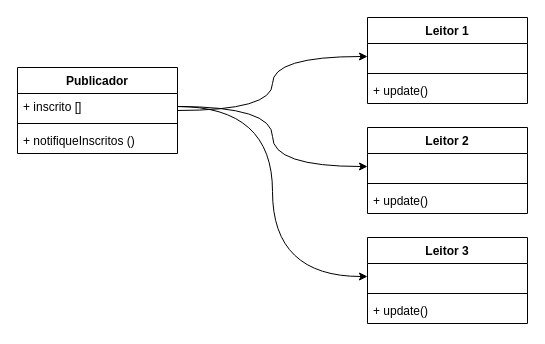
Before: padroes/observer/pattern/observerPattern.drawio in LucasACES/bertoti, a draw.io diagram. Source tidied: cells renumbered, new cells numbered last; positions are measured from the earlier drawing's top-left corner, leaving out a move shared by most shapes. Both pictures are drawn from the tidied source at 100%, with x=0, y=0 at pixel (17, 17).
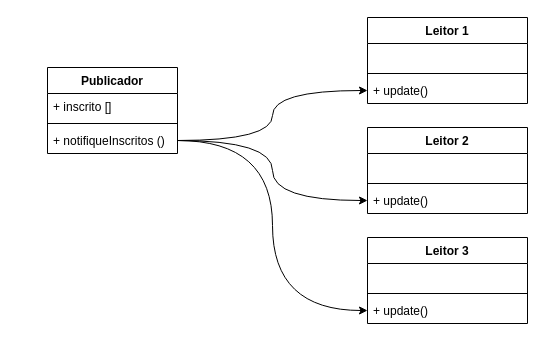
The same diagram, later.

Unchanged cells that the change refers to:
```xml
<mxCell id="8" value="&amp;nbsp;&amp;nbsp;" style="text;strokeColor=none;fillColor=none;align=left;verticalAlign=top;spacingLeft=4;spacingRight=4;overflow=hidden;points=[[0,0.5],[1,0.5]];portConstraint=eastwest;whiteSpace=wrap;html=1;" parent="7" vertex="1">
  <mxGeometry y="26" width="160" height="26" as="geometry" />
</mxCell>
<mxCell id="10" value="+ update()" style="text;strokeColor=none;fillColor=none;align=left;verticalAlign=top;spacingLeft=4;spacingRight=4;overflow=hidden;points=[[0,0.5],[1,0.5]];portConstraint=eastwest;whiteSpace=wrap;html=1;" parent="7" vertex="1">
  <mxGeometry y="60" width="160" height="26" as="geometry" />
</mxCell>
<mxCell id="12" value="&amp;nbsp;" style="text;strokeColor=none;fillColor=none;align=left;verticalAlign=top;spacingLeft=4;spacingRight=4;overflow=hidden;points=[[0,0.5],[1,0.5]];portConstraint=eastwest;whiteSpace=wrap;html=1;" parent="11" vertex="1">
  <mxGeometry y="26" width="160" height="26" as="geometry" />
</mxCell>
<mxCell id="14" value="+ update()" style="text;strokeColor=none;fillColor=none;align=left;verticalAlign=top;spacingLeft=4;spacingRight=4;overflow=hidden;points=[[0,0.5],[1,0.5]];portConstraint=eastwest;whiteSpace=wrap;html=1;" parent="11" vertex="1">
  <mxGeometry y="60" width="160" height="26" as="geometry" />
</mxCell>
<mxCell id="16" value="&amp;nbsp;" style="text;strokeColor=none;fillColor=none;align=left;verticalAlign=top;spacingLeft=4;spacingRight=4;overflow=hidden;points=[[0,0.5],[1,0.5]];portConstraint=eastwest;whiteSpace=wrap;html=1;" parent="15" vertex="1">
  <mxGeometry y="26" width="160" height="26" as="geometry" />
</mxCell>
<mxCell id="18" value="+ update()" style="text;strokeColor=none;fillColor=none;align=left;verticalAlign=top;spacingLeft=4;spacingRight=4;overflow=hidden;points=[[0,0.5],[1,0.5]];portConstraint=eastwest;whiteSpace=wrap;html=1;" parent="15" vertex="1">
  <mxGeometry y="60" width="160" height="26" as="geometry" />
</mxCell>
```

The edit, as a diff of the source:
```diff
@@
-    <mxCell id="2" style="edgeStyle=orthogonalEdgeStyle;rounded=0;jettySize=auto;html=1;curved=1;" parent="1" edge="1" source="3" target="8">
+    <mxCell id="2" style="edgeStyle=orthogonalEdgeStyle;rounded=0;jettySize=auto;html=1;curved=1;entryX=0;entryY=0.5;entryDx=0;entryDy=0;exitX=1;exitY=0.5;exitDx=0;exitDy=0;" parent="1" edge="1" source="6" target="10">
       <mxGeometry relative="1" as="geometry" />
     </mxCell>
     <mxCell id="3" value="Publicador" style="swimlane;fontStyle=1;align=center;verticalAlign=top;horizontal=1;startSize=26;whiteSpace=wrap;html=1;" parent="1" vertex="1">
-      <mxGeometry y="50" width="160" height="86" as="geometry" />
+      <mxGeometry x="30" y="50" width="130" height="86" as="geometry" />
     </mxCell>
     <mxCell id="4" value="+ inscrito []" style="text;strokeColor=none;fillColor=none;align=left;verticalAlign=top;spacingLeft=4;spacingRight=4;overflow=hidden;points=[[0,0.5],[1,0.5]];portConstraint=eastwest;whiteSpace=wrap;html=1;" parent="3" vertex="1">
-      <mxGeometry y="26" width="160" height="26" as="geometry" />
+      <mxGeometry y="26" width="130" height="26" as="geometry" />
     </mxCell>
     <mxCell id="5" style="line;strokeWidth=1;fillColor=none;align=left;verticalAlign=middle;spacingTop=-1;spacingLeft=3;spacingRight=3;labelPosition=right;strokeColor=inherit;" parent="3" vertex="1">
-      <mxGeometry y="52" width="160" height="8" as="geometry" />
+      <mxGeometry y="52" width="130" height="8" as="geometry" />
     </mxCell>
     <mxCell id="6" value="+ notifiqueInscritos ()" style="text;strokeColor=none;fillColor=none;align=left;verticalAlign=top;spacingLeft=4;spacingRight=4;overflow=hidden;points=[[0,0.5],[1,0.5]];portConstraint=eastwest;whiteSpace=wrap;html=1;" parent="3" vertex="1">
-      <mxGeometry y="60" width="160" height="26" as="geometry" />
+      <mxGeometry y="60" width="130" height="26" as="geometry" />
     </mxCell>
@@
-    <mxCell id="19" style="edgeStyle=orthogonalEdgeStyle;rounded=0;jettySize=auto;html=1;entryX=0;entryY=0.5;entryDx=0;entryDy=0;curved=1;" parent="1" edge="1" source="4" target="16">
+    <mxCell id="19" style="edgeStyle=orthogonalEdgeStyle;rounded=0;jettySize=auto;html=1;entryX=0;entryY=0.5;entryDx=0;entryDy=0;curved=1;exitX=1;exitY=0.5;exitDx=0;exitDy=0;" parent="1" edge="1" source="6" target="18">
       <mxGeometry relative="1" as="geometry" />
     </mxCell>
-    <mxCell id="20" style="edgeStyle=orthogonalEdgeStyle;rounded=0;jettySize=auto;html=1;entryX=0;entryY=0.5;entryDx=0;entryDy=0;curved=1;" parent="1" edge="1" source="4" target="12">
+    <mxCell id="20" style="edgeStyle=orthogonalEdgeStyle;rounded=0;jettySize=auto;html=1;entryX=0;entryY=0.5;entryDx=0;entryDy=0;curved=1;exitX=1;exitY=0.5;exitDx=0;exitDy=0;" parent="1" edge="1" source="6" target="14">
       <mxGeometry relative="1" as="geometry" />
     </mxCell>
```
